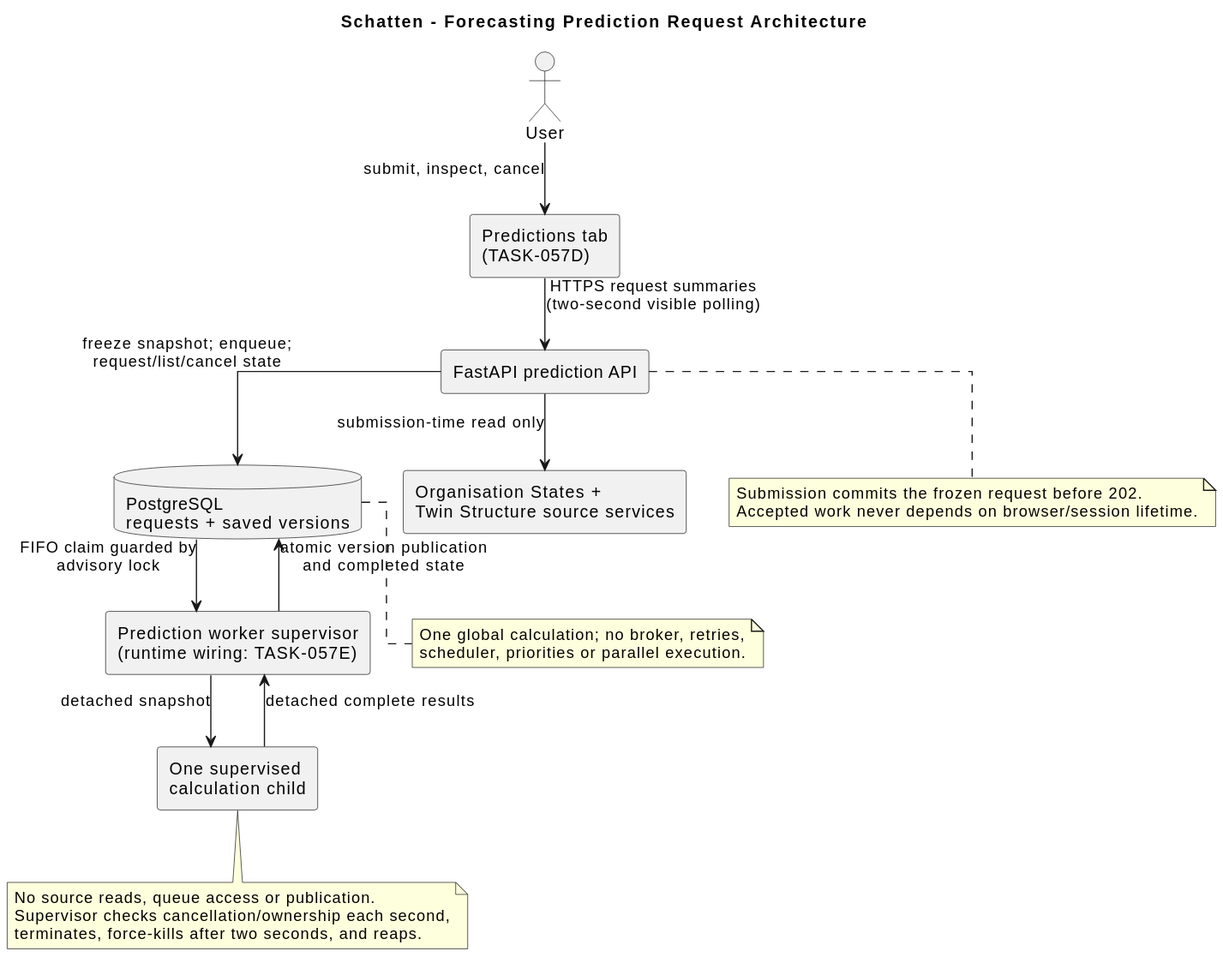
Above: docs/diagrams/generated/component-forecasting-prediction-requests.svg in lupaus-eu/shadow (PlantUML), before the change.
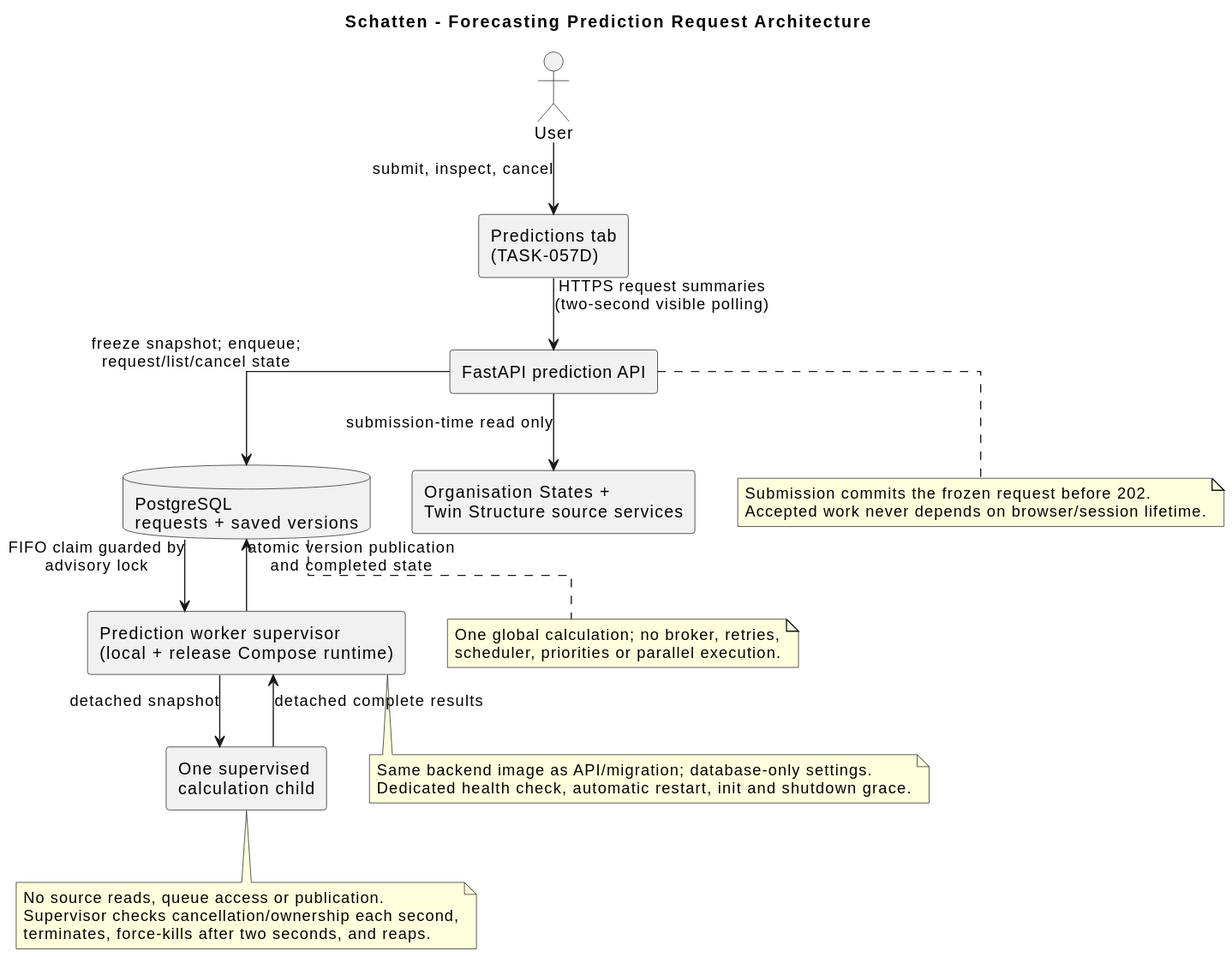
After the commit.

The edit, as a diff of the source:
```diff
@@ -8,7 +8,7 @@
 component "Predictions tab\n(TASK-057D)" as ui
 component "FastAPI prediction API" as api
 database "PostgreSQL\nrequests + saved versions" as database
-component "Prediction worker supervisor\n(runtime wiring: TASK-057E)" as worker
+component "Prediction worker supervisor\n(local + release Compose runtime)" as worker
 component "One supervised\ncalculation child" as child
 component "Organisation States +\nTwin Structure source services" as sources
 
@@ -36,4 +36,9 @@
   One global calculation; no broker, retries,
   scheduler, priorities or parallel execution.
 end note
+
+note bottom of worker
+  Same backend image as API/migration; database-only settings.
+  Dedicated health check, automatic restart, init and shutdown grace.
+end note
 @enduml
```
